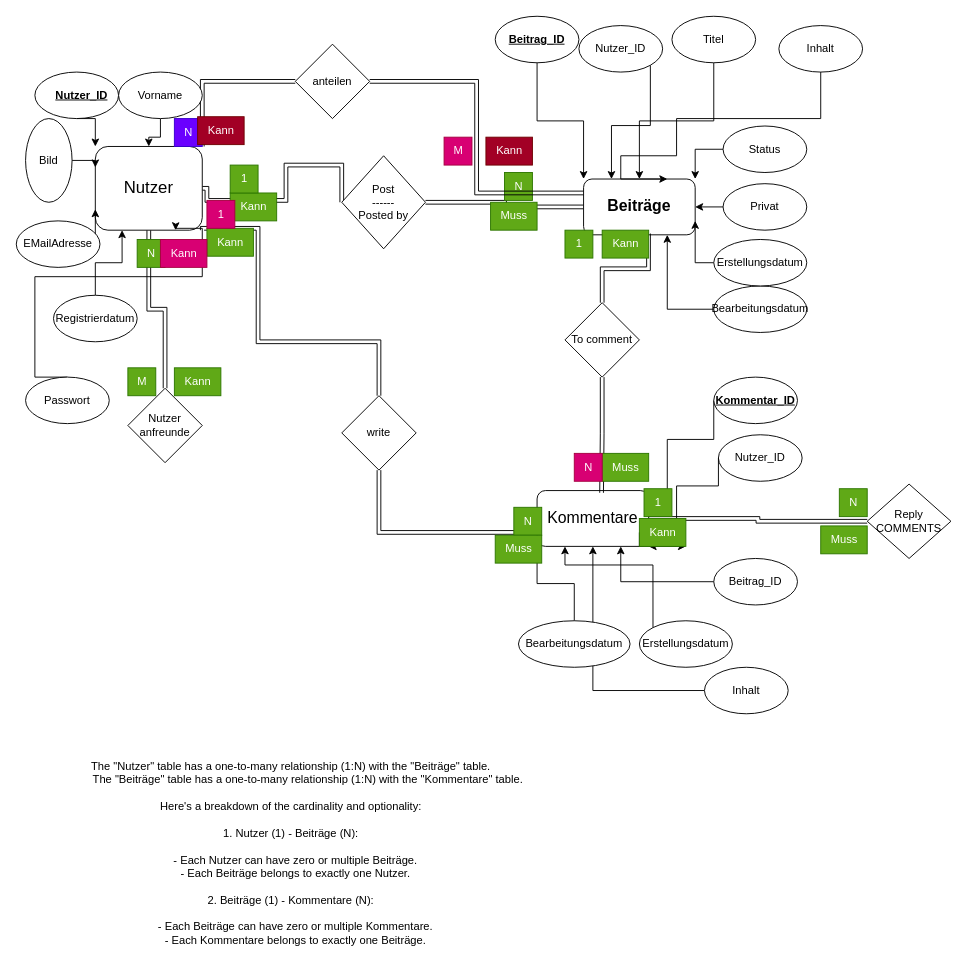
Fabrice-G/test_education keeps this draw.io diagram as classproject.drawio. Above is the earlier version. Source tidied: cells renumbered, new cells numbered last; positions are measured from the earlier drawing's top-left corner, leaving out a move shared by most shapes. Both pictures are drawn from the tidied source at 93%, with x=0, y=0 at pixel (16, 16).
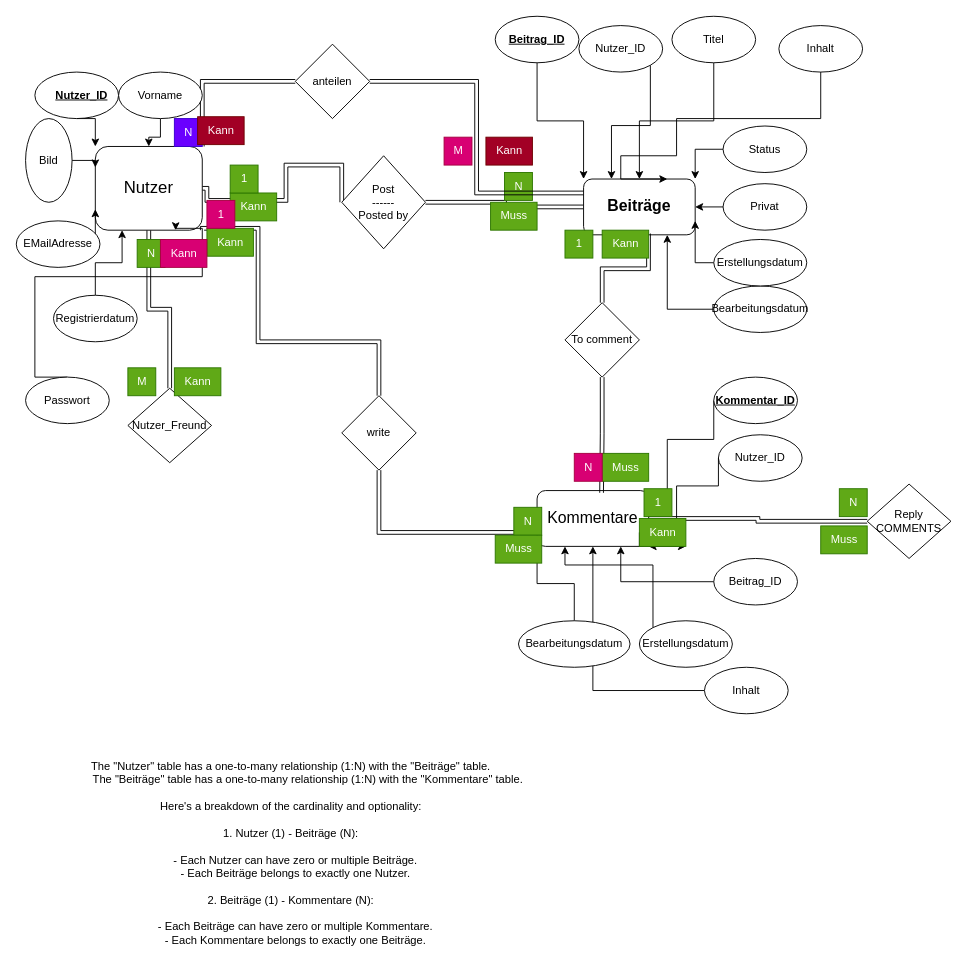
Above is the later version.

What changed in the source:
```diff
@@
-    <mxCell id="65" value="Nutzer&lt;br&gt;anfreunde" style="rhombus;whiteSpace=wrap;html=1;" parent="1" vertex="1">
-      <mxGeometry x="120" y="400" width="80" height="80" as="geometry" />
+    <mxCell id="65" value="Nutzer_Freund" style="rhombus;whiteSpace=wrap;html=1;" parent="1" vertex="1">
+      <mxGeometry x="120" y="400" width="90" height="80" as="geometry" />
     </mxCell>
```
